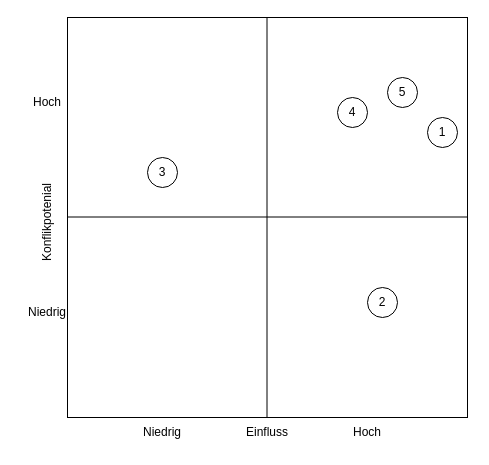
This is Unbenanntes Diagramm.drawio from CrossMediaProject/Template, a draw.io file, before an edit. Source tidied: cells renumbered, new cells numbered last; positions are measured from the earlier drawing's top-left corner, leaving out a move shared by most shapes. Both pictures are drawn from the tidied source at 100%, with x=0, y=0 at pixel (-93, 17).
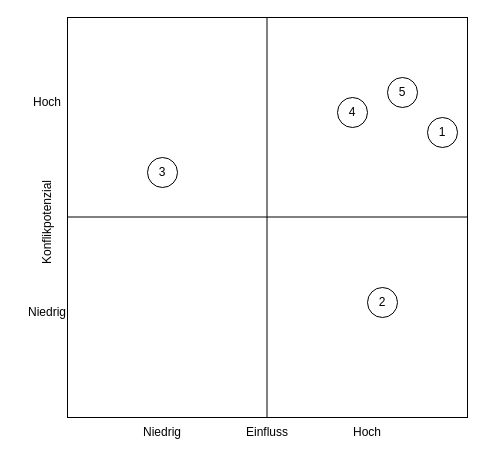
The same page after the edit.

Diff of the diagram source:
```diff
@@
-    <mxCell id="9" value="Konflikpotenial" style="text;html=1;align=center;verticalAlign=middle;whiteSpace=wrap;rounded=0;rotation=-90;" parent="1" vertex="1">
+    <mxCell id="9" value="Konflikpotenzial" style="text;html=1;align=center;verticalAlign=middle;whiteSpace=wrap;rounded=0;rotation=-90;" parent="1" vertex="1">
       <mxGeometry y="190" width="280" height="30" as="geometry" />
     </mxCell>
```
